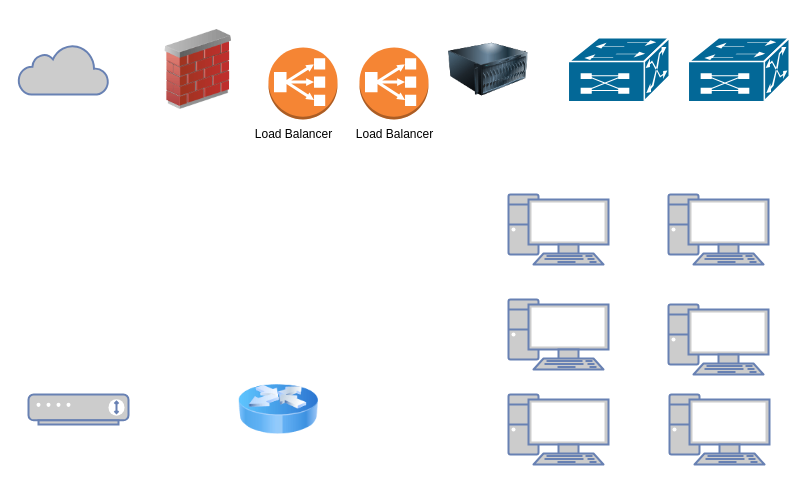
Before: test chart.drawio in ROBMYERS1856/University-of-Minnesota-, a draw.io diagram. Source tidied: cells renumbered, new cells numbered last; positions are measured from the earlier drawing's top-left corner, leaving out a move shared by most shapes. Both pictures are drawn from the tidied source at 100%, with x=0, y=0 at pixel (18, 29).
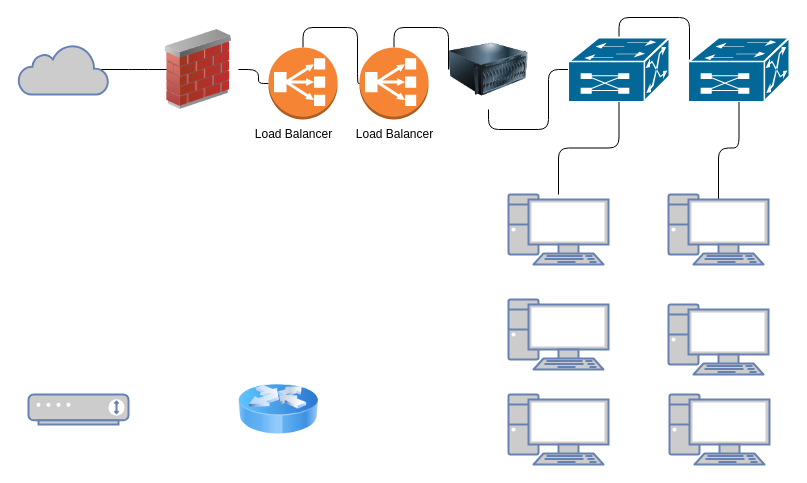
Above is the later version.

Unchanged cells that the change refers to:
```xml
<mxCell id="3" style="html=1;outlineConnect=0;fillColor=#CCCCCC;strokeColor=#6881B3;gradientColor=none;gradientDirection=north;strokeWidth=2;shape=mxgraph.networks.cloud;fontColor=#ffffff;" parent="1" vertex="1">
  <mxGeometry y="15" width="90" height="50" as="geometry" />
</mxCell>
<mxCell id="4" style="fontColor=#0066CC;verticalAlign=top;verticalLabelPosition=bottom;labelPosition=center;align=center;html=1;outlineConnect=0;fillColor=#CCCCCC;strokeColor=#6881B3;gradientColor=none;gradientDirection=north;strokeWidth=2;shape=mxgraph.networks.pc;" parent="1" vertex="1">
  <mxGeometry x="650" y="165" width="100" height="70" as="geometry" />
</mxCell>
<mxCell id="6" style="image;html=1;image=img/lib/clip_art/networking/Firewall_02_128x128.png;" parent="1" vertex="1">
  <mxGeometry x="140" width="80" height="80" as="geometry" />
</mxCell>
<mxCell id="7" style="image;html=1;image=img/lib/clip_art/computers/Server_128x128.png;" parent="1" vertex="1">
  <mxGeometry x="430" width="80" height="80" as="geometry" />
</mxCell>
<mxCell id="8" style="shape=mxgraph.cisco.switches.multiswitch_device;html=1;dashed=0;fillColor=#036897;strokeColor=#ffffff;strokeWidth=2;verticalLabelPosition=bottom;verticalAlign=top;align=center;outlineConnect=0;" parent="1" vertex="1">
  <mxGeometry x="550" y="8" width="101" height="64" as="geometry" />
</mxCell>
<mxCell id="9" style="shape=mxgraph.cisco.switches.multiswitch_device;html=1;dashed=0;fillColor=#036897;strokeColor=#ffffff;strokeWidth=2;verticalLabelPosition=bottom;verticalAlign=top;align=center;outlineConnect=0;" parent="1" vertex="1">
  <mxGeometry x="670" y="8" width="101" height="64" as="geometry" />
</mxCell>
<mxCell id="14" style="fontColor=#0066CC;verticalAlign=top;verticalLabelPosition=bottom;labelPosition=center;align=center;html=1;outlineConnect=0;fillColor=#CCCCCC;strokeColor=#6881B3;gradientColor=none;gradientDirection=north;strokeWidth=2;shape=mxgraph.networks.pc;" parent="1" vertex="1">
  <mxGeometry x="490" y="165" width="100" height="70" as="geometry" />
</mxCell>
<mxCell id="15" style="outlineConnect=0;dashed=0;verticalLabelPosition=bottom;verticalAlign=top;align=center;html=1;shape=mxgraph.aws3.classic_load_balancer;fillColor=#F58534;gradientColor=none;" parent="1" vertex="1">
  <mxGeometry x="341" y="18" width="69" height="72" as="geometry" />
</mxCell>
<mxCell id="17" style="outlineConnect=0;dashed=0;verticalLabelPosition=bottom;verticalAlign=top;align=center;html=1;shape=mxgraph.aws3.classic_load_balancer;fillColor=#F58534;gradientColor=none;" parent="1" vertex="1">
  <mxGeometry x="250" y="18" width="69" height="72" as="geometry" />
</mxCell>
```

What changed in the source:
```diff
@@
+    <mxCell id="19" style="edgeStyle=orthogonalEdgeStyle;rounded=1;jettySize=auto;html=1;exitX=0.91;exitY=0.5;exitDx=0;exitDy=0;exitPerimeter=0;endArrow=none;endFill=0;" parent="1" edge="1" source="3">
+      <mxGeometry relative="1" as="geometry">
+        <mxPoint x="150" y="40" as="targetPoint" />
+      </mxGeometry>
+    </mxCell>
@@
+    <mxCell id="20" style="edgeStyle=orthogonalEdgeStyle;rounded=1;jettySize=auto;html=1;exitX=0.5;exitY=0.07;exitDx=0;exitDy=0;exitPerimeter=0;endArrow=none;endFill=0;" parent="1" edge="1" source="4" target="9">
+      <mxGeometry relative="1" as="geometry" />
+    </mxCell>
@@
+    <mxCell id="21" style="edgeStyle=orthogonalEdgeStyle;rounded=1;jettySize=auto;html=1;exitX=1;exitY=0.5;exitDx=0;exitDy=0;endArrow=none;endFill=0;" parent="1" edge="1" source="6" target="17">
+      <mxGeometry relative="1" as="geometry" />
+    </mxCell>
@@
+    <mxCell id="22" style="edgeStyle=orthogonalEdgeStyle;rounded=1;jettySize=auto;html=1;exitX=0.5;exitY=1;exitDx=0;exitDy=0;endArrow=none;endFill=0;" parent="1" edge="1" source="7" target="8">
+      <mxGeometry relative="1" as="geometry" />
+    </mxCell>
@@
+    <mxCell id="23" style="edgeStyle=orthogonalEdgeStyle;rounded=1;jettySize=auto;html=1;exitX=0.5;exitY=0;exitDx=0;exitDy=0;exitPerimeter=0;endArrow=none;endFill=0;" parent="1" edge="1" source="8" target="9">
+      <mxGeometry relative="1" as="geometry" />
+    </mxCell>
+    <mxCell id="24" style="edgeStyle=orthogonalEdgeStyle;rounded=1;jettySize=auto;html=1;exitX=0.5;exitY=1;exitDx=0;exitDy=0;exitPerimeter=0;endArrow=none;endFill=0;" parent="1" edge="1" source="8" target="14">
+      <mxGeometry relative="1" as="geometry" />
+    </mxCell>
@@
+    <mxCell id="25" style="edgeStyle=orthogonalEdgeStyle;rounded=1;jettySize=auto;html=1;exitX=0.5;exitY=0;exitDx=0;exitDy=0;exitPerimeter=0;endArrow=none;endFill=0;" parent="1" edge="1" source="15" target="7">
+      <mxGeometry relative="1" as="geometry" />
+    </mxCell>
@@
+    <mxCell id="26" style="edgeStyle=orthogonalEdgeStyle;rounded=1;jettySize=auto;html=1;exitX=0.5;exitY=0;exitDx=0;exitDy=0;exitPerimeter=0;endArrow=none;endFill=0;" parent="1" edge="1" source="17" target="15">
+      <mxGeometry relative="1" as="geometry" />
+    </mxCell>
```
